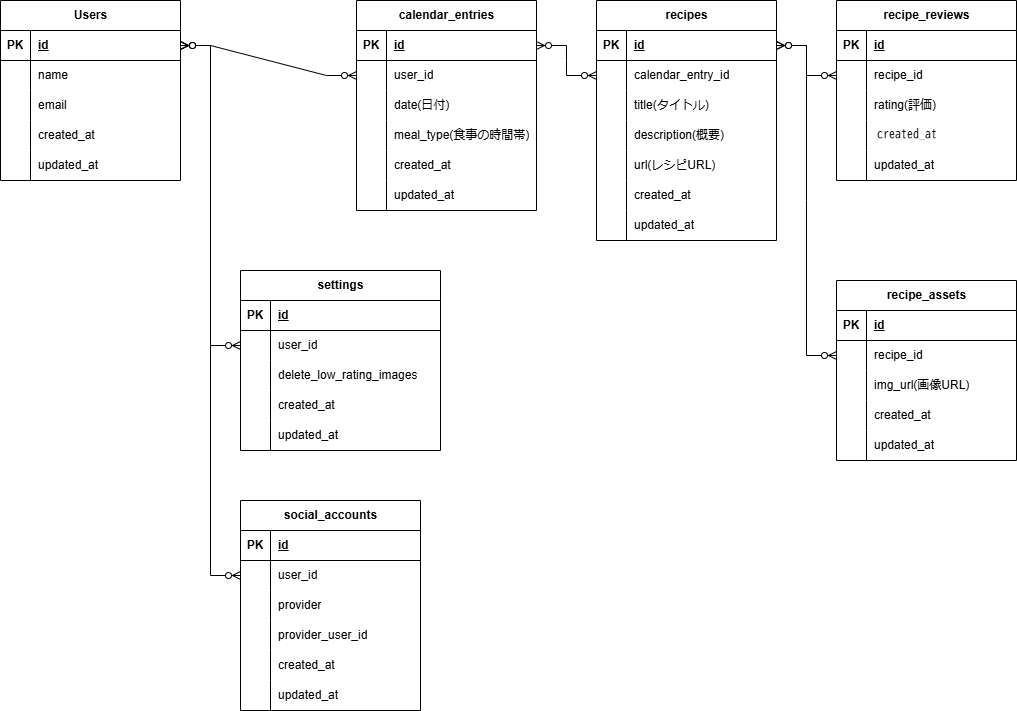
Above: docs/er-diagrams/レシピレビューアプリ_ER図.drawio.png in tomomaru034/recipe_review_app (draw.io), before the change. Source tidied: cells renumbered, new cells last; positions are measured from the earlier drawing's top-left corner, leaving out a move shared by most shapes.
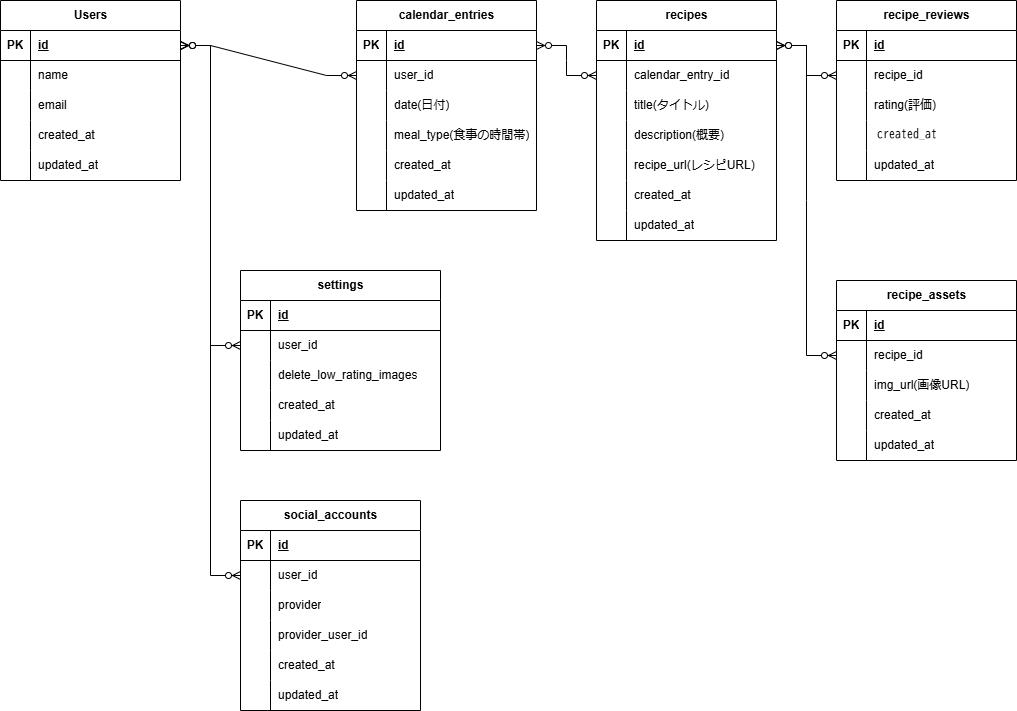
The same diagram one commit later.

Commit message:
レシピレビューアプリ_ER図.drawio.png を追加しました。

Change to the diagram source:
```diff
@@ -209,7 +209,7 @@
     <mxCell id="70" style="shape=partialRectangle;fillColor=none;top=0;left=0;bottom=0;right=0;overflow=hidden;whiteSpace=wrap;html=1;" parent="69" vertex="1">
       <mxGeometry width="30" height="30" as="geometry" />
     </mxCell>
-    <mxCell id="71" value="url(レシピURL)" style="shape=partialRectangle;fillColor=none;top=0;left=0;bottom=0;right=0;align=left;spacingLeft=6;overflow=hidden;whiteSpace=wrap;html=1;" parent="69" vertex="1">
+    <mxCell id="71" value="recipe_url(レシピURL)" style="shape=partialRectangle;fillColor=none;top=0;left=0;bottom=0;right=0;align=left;spacingLeft=6;overflow=hidden;whiteSpace=wrap;html=1;" parent="69" vertex="1">
       <mxGeometry x="30" width="150" height="30" as="geometry" />
     </mxCell>
     <mxCell id="72" style="shape=tableRow;horizontal=0;startSize=0;swimlaneHead=0;swimlaneBody=0;fillColor=none;top=0;left=0;right=0;bottom=0;" parent="56" vertex="1">
```
